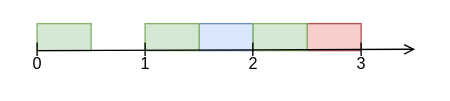
The draw.io diagram page "timeline flatten" (7 of 7) of report/images/timelines.drawio in jiayihu/SRT, before the edit. Source tidied: cells renumbered, new cells numbered last; positions are measured from the earlier drawing's top-left corner, leaving out a move shared by most shapes. Both pictures are drawn from the tidied source at 135%, with x=0, y=0 at pixel (23, 23).
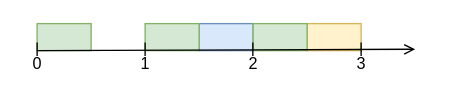
Above is the later version.

The edit, as a diff of the source:
```diff
@@
-    <mxCell id="5" style="whiteSpace=wrap;html=1;fillColor=#f8cecc;strokeColor=#b85450;" parent="1" vertex="1">
+    <mxCell id="5" style="whiteSpace=wrap;html=1;fillColor=#fff2cc;strokeColor=#d6b656;" parent="1" vertex="1">
       <mxGeometry x="210" width="40" height="20" as="geometry" />
     </mxCell>
```
